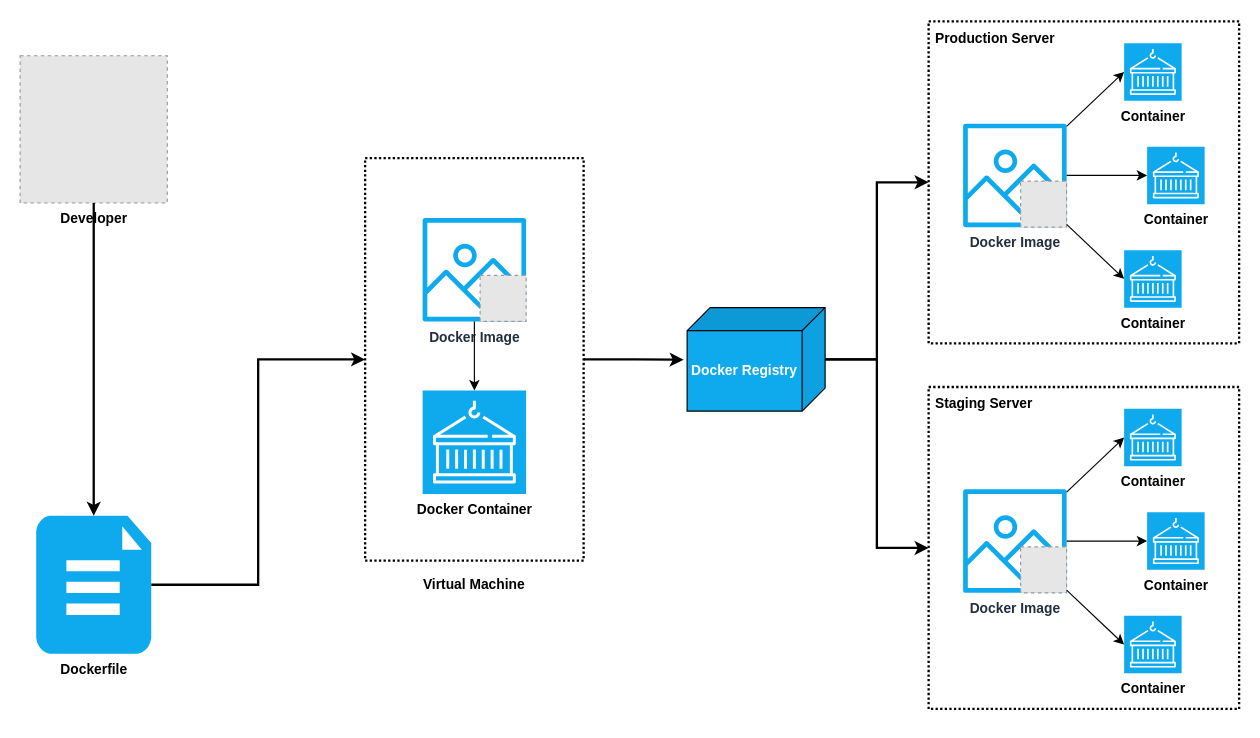
sbmagar13/drawio_diagrams keeps this draw.io diagram as dockerworkflow.drawio. Above is the earlier version. Source tidied: cells renumbered, new cells numbered last; positions are measured from the earlier drawing's top-left corner, leaving out a move shared by most shapes. Both pictures are drawn from the tidied source at 115%, with x=0, y=0 at pixel (20, 21). Pictures stored in the file or linked from it are replaced by grey dashed boxes.
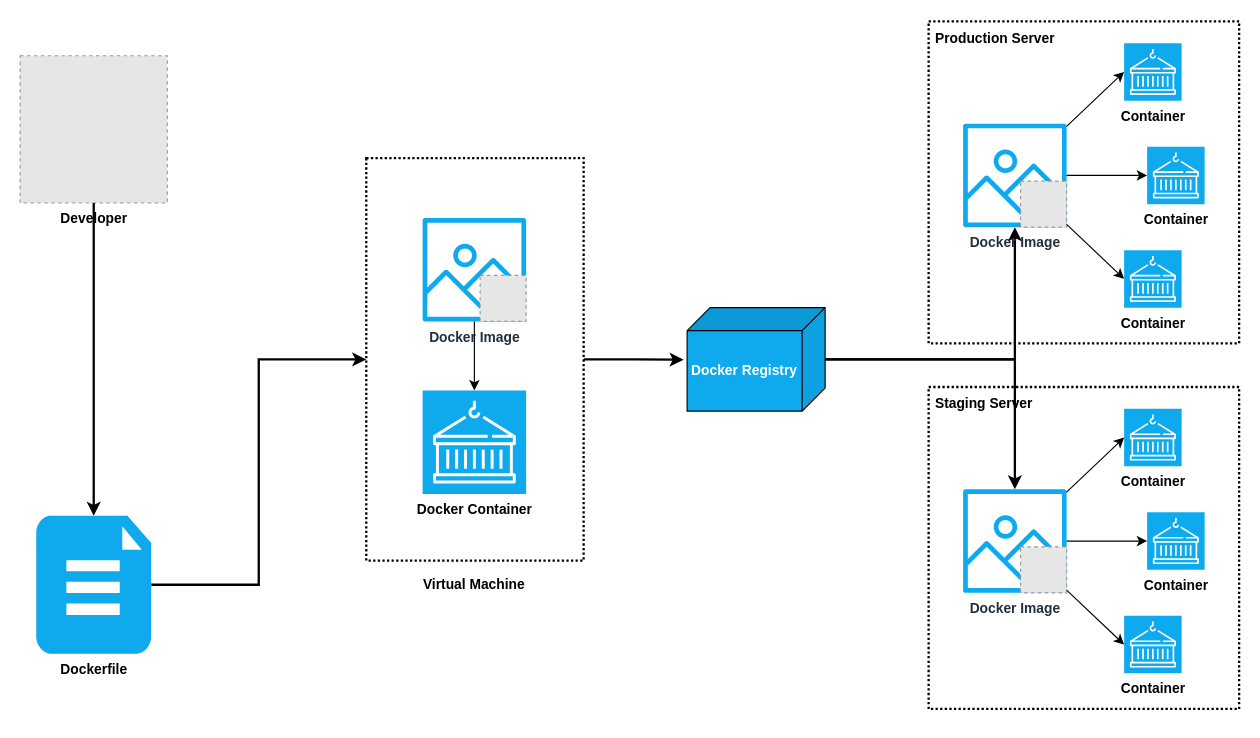
After the change.

Unchanged cells that the change refers to:
```xml
<mxCell id="3" style="rounded=0;whiteSpace=wrap;html=1;fillColor=none;dashed=1;strokeWidth=2;fontStyle=1;dashPattern=1 1;" parent="1" vertex="1">
  <mxGeometry x="790" y="318" width="270" height="280" as="geometry" />
</mxCell>
<mxCell id="4" style="rounded=0;whiteSpace=wrap;html=1;fillColor=none;dashed=1;strokeWidth=2;fontStyle=1;dashPattern=1 1;backgroundOutline=0;" parent="1" vertex="1">
  <mxGeometry x="790" width="270" height="280" as="geometry" />
</mxCell>
<mxCell id="13" value="&lt;font color=&quot;#ffffff&quot;&gt;Docker Registry&lt;/font&gt;" style="shape=cube;whiteSpace=wrap;html=1;boundedLbl=1;backgroundOutline=1;darkOpacity=0.05;darkOpacity2=0.1;direction=south;fillColor=#0EAAED;fontStyle=1;" parent="1" vertex="1">
  <mxGeometry x="580" y="249" width="120" height="90" as="geometry" />
</mxCell>
<mxCell id="16" value="Docker Image" style="sketch=0;outlineConnect=0;fontColor=#232F3E;gradientColor=none;fillColor=#0EAAED;strokeColor=none;dashed=0;verticalLabelPosition=bottom;verticalAlign=top;align=center;html=1;fontSize=12;fontStyle=1;shape=mxgraph.aws4.container_registry_image;" parent="1" vertex="1">
  <mxGeometry x="820" y="89" width="90" height="90" as="geometry" />
</mxCell>
<mxCell id="27" value="Docker Image" style="sketch=0;outlineConnect=0;fontColor=#232F3E;gradientColor=none;fillColor=#0EAAED;strokeColor=none;dashed=0;verticalLabelPosition=bottom;verticalAlign=top;align=center;html=1;fontSize=12;fontStyle=1;shape=mxgraph.aws4.container_registry_image;" parent="1" vertex="1">
  <mxGeometry x="820" y="407" width="90" height="90" as="geometry" />
</mxCell>
```

The edit, as a diff of the source:
```diff
@@
     <mxCell id="2" style="rounded=0;whiteSpace=wrap;html=1;fillColor=none;dashed=1;strokeWidth=2;fontStyle=1;dashPattern=1 1;" parent="1" vertex="1">
-      <mxGeometry x="300" y="119" width="190" height="350" as="geometry" />
+      <mxGeometry x="301" y="119" width="189" height="350" as="geometry" />
     </mxCell>
@@
-    <mxCell id="11" style="edgeStyle=orthogonalEdgeStyle;rounded=0;jettySize=auto;html=1;entryX=0;entryY=0.5;entryDx=0;entryDy=0;strokeWidth=2;fontStyle=1;flowAnimation=1;" parent="1" edge="1" source="13" target="4">
+    <mxCell id="11" style="edgeStyle=orthogonalEdgeStyle;rounded=0;jettySize=auto;html=1;strokeWidth=2;fontStyle=1;flowAnimation=1;" parent="1" edge="1" source="13" target="16">
       <mxGeometry relative="1" as="geometry" />
     </mxCell>
-    <mxCell id="12" style="edgeStyle=orthogonalEdgeStyle;rounded=0;jettySize=auto;html=1;entryX=0;entryY=0.5;entryDx=0;entryDy=0;strokeWidth=2;fontStyle=1;flowAnimation=1;" parent="1" edge="1" source="13" target="3">
+    <mxCell id="12" style="edgeStyle=orthogonalEdgeStyle;rounded=0;jettySize=auto;html=1;strokeWidth=2;fontStyle=1;flowAnimation=1;" parent="1" edge="1" source="13" target="27">
       <mxGeometry relative="1" as="geometry" />
     </mxCell>
```
